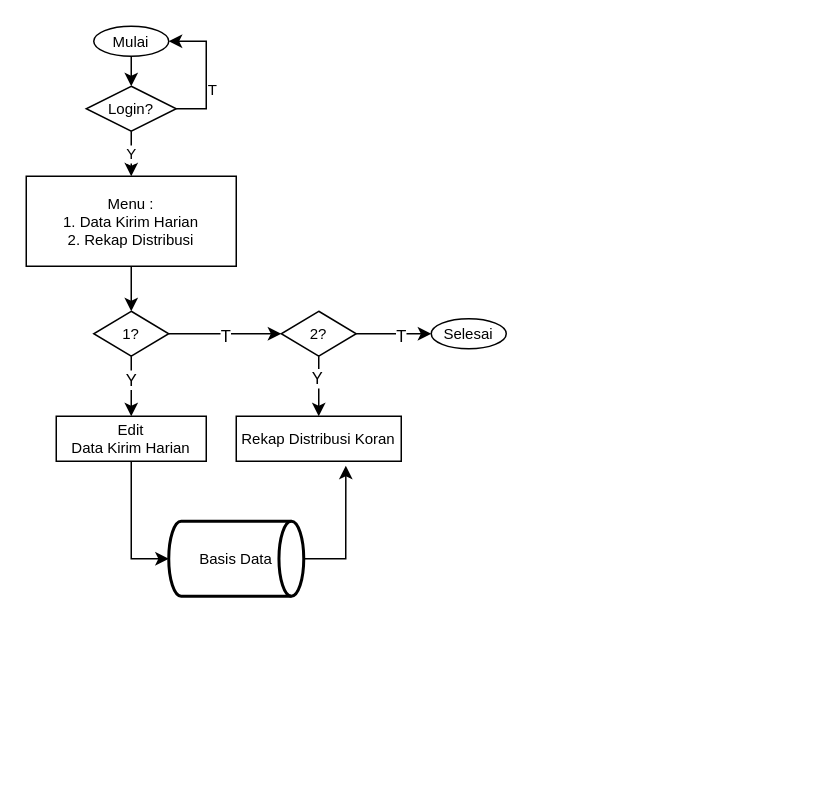
Above: Tampilan Kurir.drawio in kritimauludin/rb-location-tracker-design (draw.io), before the change. Source tidied: cells renumbered, new cells numbered last; positions are measured from the earlier drawing's top-left corner, leaving out a move shared by most shapes. Both pictures are drawn from the tidied source at 150%, with x=0, y=0 at pixel (26, 26).
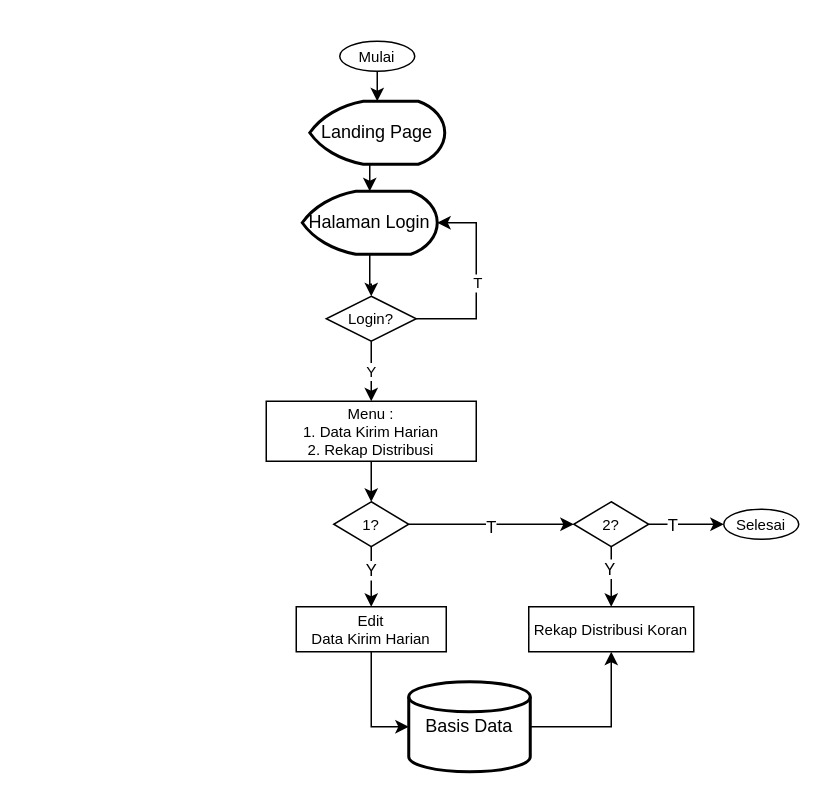
After the change.

Unchanged cells that the change refers to:
```xml
<mxCell id="22" style="edgeStyle=orthogonalEdgeStyle;rounded=0;jettySize=auto;html=1;exitX=1;exitY=0.5;exitDx=0;exitDy=0;entryX=0;entryY=0.5;entryDx=0;entryDy=0;" parent="1" edge="1" source="24" target="25">
  <mxGeometry relative="1" as="geometry" />
</mxCell>
```

Change to the diagram source:
```diff
@@
-    <mxCell id="2" style="edgeStyle=orthogonalEdgeStyle;rounded=0;jettySize=auto;html=1;exitX=0.5;exitY=1;exitDx=0;exitDy=0;entryX=0.5;entryY=0;entryDx=0;entryDy=0;fontSize=10;" parent="1" edge="1" source="3" target="7">
-      <mxGeometry relative="1" as="geometry" />
-    </mxCell>
-    <mxCell id="3" value="Mulai" style="ellipse;whiteSpace=wrap;html=1;fontSize=10;" parent="1" vertex="1">
-      <mxGeometry x="45" width="50" height="20" as="geometry" />
-    </mxCell>
-    <mxCell id="4" value="Y" style="edgeStyle=orthogonalEdgeStyle;rounded=0;jettySize=auto;html=1;exitX=0.5;exitY=1;exitDx=0;exitDy=0;entryX=0.5;entryY=0;entryDx=0;entryDy=0;fontSize=10;" parent="1" edge="1" source="7" target="9">
-      <mxGeometry relative="1" as="geometry" />
-    </mxCell>
-    <mxCell id="5" style="edgeStyle=orthogonalEdgeStyle;rounded=0;jettySize=auto;html=1;exitX=1;exitY=0.5;exitDx=0;exitDy=0;entryX=1;entryY=0.5;entryDx=0;entryDy=0;fontSize=10;" parent="1" edge="1" source="7" target="3">
-      <mxGeometry relative="1" as="geometry" />
-    </mxCell>
-    <mxCell id="6" value="T" style="edgeLabel;html=1;align=center;verticalAlign=middle;fontSize=10;" parent="5" vertex="1">
-      <mxGeometry x="-0.25" y="-3" relative="1" as="geometry" />
-    </mxCell>
-    <mxCell id="7" value="Login?" style="rhombus;whiteSpace=wrap;html=1;fontSize=10;" parent="1" vertex="1">
-      <mxGeometry x="40" y="40" width="60" height="30" as="geometry" />
-    </mxCell>
@@
     <mxCell id="9" value="&lt;div style=&quot;font-size: 10px;&quot;&gt;&lt;span style=&quot;font-size: 10px; background-color: initial;&quot;&gt;Menu :&lt;/span&gt;&lt;/div&gt;&lt;font style=&quot;font-size: 10px;&quot;&gt;&lt;div style=&quot;font-size: 10px;&quot;&gt;&lt;span style=&quot;background-color: initial; font-size: 10px;&quot;&gt;1. Data Kirim Harian&lt;/span&gt;&lt;/div&gt;&lt;div style=&quot;font-size: 10px;&quot;&gt;&lt;span style=&quot;background-color: initial; font-size: 10px;&quot;&gt;2. Rekap Distribusi&lt;/span&gt;&lt;/div&gt;&lt;/font&gt;" style="rounded=0;whiteSpace=wrap;html=1;align=center;fontSize=10;" parent="1" vertex="1">
-      <mxGeometry y="100" width="140" height="60" as="geometry" />
+      <mxGeometry x="160" y="250" width="140" height="40" as="geometry" />
     </mxCell>
     <mxCell id="10" value="Rekap Distribusi Koran" style="rounded=0;whiteSpace=wrap;html=1;fontSize=10;" parent="1" vertex="1">
-      <mxGeometry x="140" y="260" width="110" height="30" as="geometry" />
+      <mxGeometry x="335" y="387" width="110" height="30" as="geometry" />
     </mxCell>
@@
     <mxCell id="12" value="Edit&lt;br&gt;Data Kirim Harian" style="rounded=0;whiteSpace=wrap;html=1;fontSize=10;" parent="1" vertex="1">
-      <mxGeometry x="20" y="260" width="100" height="30" as="geometry" />
+      <mxGeometry x="180" y="387" width="100" height="30" as="geometry" />
     </mxCell>
@@
     <mxCell id="17" value="1?" style="rhombus;whiteSpace=wrap;html=1;fontSize=10;" parent="1" vertex="1">
-      <mxGeometry x="45" y="190" width="50" height="30" as="geometry" />
+      <mxGeometry x="205" y="317" width="50" height="30" as="geometry" />
     </mxCell>
-    <mxCell id="18" style="edgeStyle=orthogonalEdgeStyle;rounded=0;jettySize=auto;html=1;exitX=1;exitY=0.5;exitDx=0;exitDy=0;exitPerimeter=0;entryX=0.664;entryY=1.1;entryDx=0;entryDy=0;entryPerimeter=0;" parent="1" edge="1" source="19" target="10">
+    <mxCell id="18" style="edgeStyle=orthogonalEdgeStyle;rounded=0;jettySize=auto;html=1;exitX=1;exitY=0.5;exitDx=0;exitDy=0;exitPerimeter=0;entryX=0.5;entryY=1;entryDx=0;entryDy=0;" parent="1" edge="1" source="19" target="10">
       <mxGeometry relative="1" as="geometry" />
     </mxCell>
-    <mxCell id="19" value="Basis Data" style="strokeWidth=2;html=1;shape=mxgraph.flowchart.direct_data;whiteSpace=wrap;fontSize=10;" parent="1" vertex="1">
-      <mxGeometry x="95" y="330" width="90" height="50" as="geometry" />
-    </mxCell>
@@
     <mxCell id="23" value="T" style="edgeLabel;html=1;align=center;verticalAlign=middle;" parent="22" vertex="1">
-      <mxGeometry x="0.14" y="-1" relative="1" as="geometry" />
+      <mxGeometry x="0.14" y="-1" relative="1" as="geometry">
+        <mxPoint x="-14" y="-1" as="offset" />
+      </mxGeometry>
     </mxCell>
     <mxCell id="24" value="2?" style="rhombus;whiteSpace=wrap;html=1;fontSize=10;" parent="1" vertex="1">
-      <mxGeometry x="170" y="190" width="50" height="30" as="geometry" />
+      <mxGeometry x="365" y="317" width="50" height="30" as="geometry" />
     </mxCell>
     <mxCell id="25" value="Selesai" style="ellipse;whiteSpace=wrap;html=1;fontSize=10;" parent="1" vertex="1">
-      <mxGeometry x="270" y="195" width="50" height="20" as="geometry" />
+      <mxGeometry x="465" y="322" width="50" height="20" as="geometry" />
     </mxCell>
+    <mxCell id="26" style="edgeStyle=orthogonalEdgeStyle;rounded=0;jettySize=auto;html=1;exitX=0.5;exitY=1;exitDx=0;exitDy=0;entryX=0.5;entryY=0;entryDx=0;entryDy=0;fontSize=10;entryPerimeter=0;" parent="1" edge="1" source="3" target="29">
+      <mxGeometry relative="1" as="geometry" />
+    </mxCell>
+    <mxCell id="3" value="Mulai" style="ellipse;whiteSpace=wrap;html=1;fontSize=10;" parent="1" vertex="1">
+      <mxGeometry x="209" y="10" width="50" height="20" as="geometry" />
+    </mxCell>
+    <mxCell id="4" value="Y" style="edgeStyle=orthogonalEdgeStyle;rounded=0;jettySize=auto;html=1;exitX=0.5;exitY=1;exitDx=0;exitDy=0;entryX=0.5;entryY=0;entryDx=0;entryDy=0;fontSize=10;" parent="1" edge="1" source="7" target="9">
+      <mxGeometry relative="1" as="geometry" />
+    </mxCell>
+    <mxCell id="27" style="edgeStyle=orthogonalEdgeStyle;rounded=0;jettySize=auto;html=1;exitX=1;exitY=0.5;exitDx=0;exitDy=0;entryX=1;entryY=0.5;entryDx=0;entryDy=0;fontSize=10;entryPerimeter=0;" parent="1" edge="1" source="7" target="31">
+      <mxGeometry relative="1" as="geometry">
+        <Array as="points">
+          <mxPoint x="300" y="195" />
+          <mxPoint x="300" y="131" />
+        </Array>
+      </mxGeometry>
+    </mxCell>
+    <mxCell id="6" value="T" style="edgeLabel;html=1;align=center;verticalAlign=middle;fontSize=10;" parent="27" vertex="1">
+      <mxGeometry x="-0.25" y="-3" relative="1" as="geometry">
+        <mxPoint x="-3" y="-16" as="offset" />
+      </mxGeometry>
+    </mxCell>
+    <mxCell id="7" value="Login?" style="rhombus;whiteSpace=wrap;html=1;fontSize=10;" parent="1" vertex="1">
+      <mxGeometry x="200" y="180" width="60" height="30" as="geometry" />
+    </mxCell>
+    <mxCell id="28" style="edgeStyle=orthogonalEdgeStyle;rounded=0;jettySize=auto;html=1;exitX=0.5;exitY=1;exitDx=0;exitDy=0;exitPerimeter=0;entryX=0.5;entryY=0;entryDx=0;entryDy=0;entryPerimeter=0;" parent="1" edge="1" source="29" target="31">
+      <mxGeometry relative="1" as="geometry" />
+    </mxCell>
+    <mxCell id="29" value="Landing Page" style="strokeWidth=2;html=1;shape=mxgraph.flowchart.display;whiteSpace=wrap;" parent="1" vertex="1">
+      <mxGeometry x="189" y="50" width="90" height="42" as="geometry" />
+    </mxCell>
+    <mxCell id="30" style="edgeStyle=orthogonalEdgeStyle;rounded=0;jettySize=auto;html=1;entryX=0.5;entryY=0;entryDx=0;entryDy=0;" parent="1" edge="1" source="31" target="7">
+      <mxGeometry relative="1" as="geometry" />
+    </mxCell>
+    <mxCell id="31" value="Halaman Login" style="strokeWidth=2;html=1;shape=mxgraph.flowchart.display;whiteSpace=wrap;" parent="1" vertex="1">
+      <mxGeometry x="184" y="110" width="90" height="42" as="geometry" />
+    </mxCell>
+    <mxCell id="19" value="Basis Data" style="strokeWidth=2;html=1;shape=mxgraph.flowchart.database;whiteSpace=wrap;" parent="1" vertex="1">
+      <mxGeometry x="255" y="437" width="81" height="60" as="geometry" />
+    </mxCell>
```
